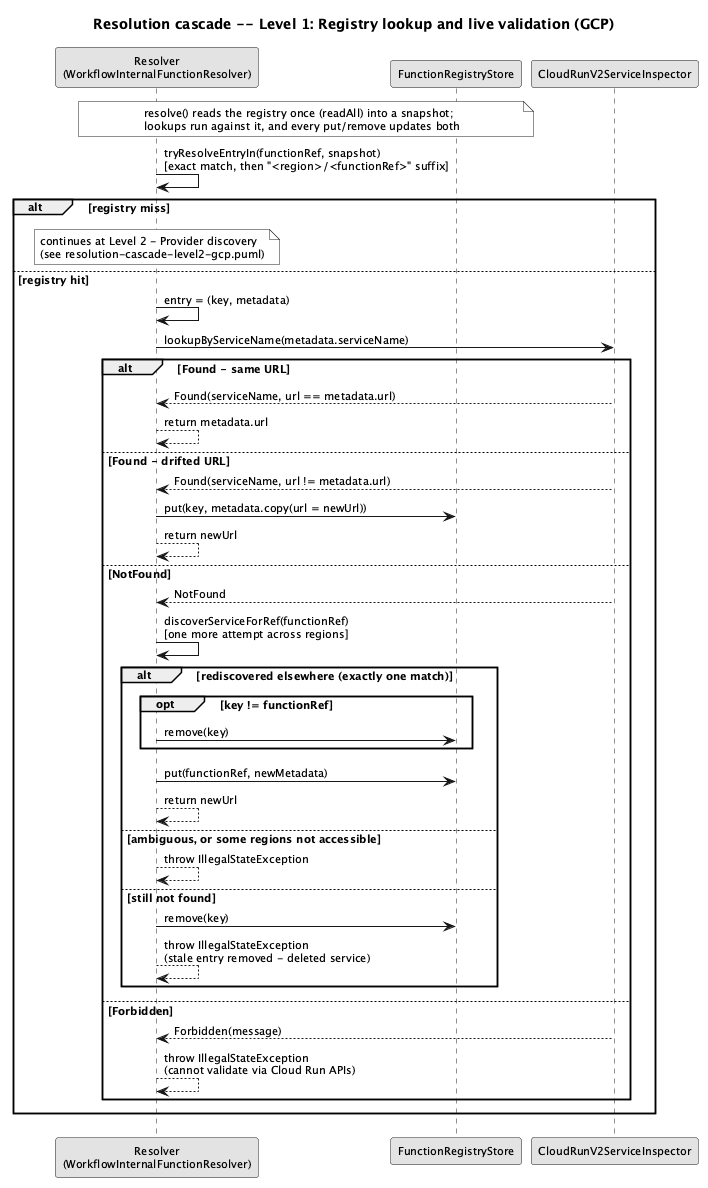
Before: dissertation/images/implementation/resolution-cascade-level1-gcp.png, a diagram exported from PlantUML (EngenheiroPedroCarvalho/ISEL-Thesis-2526).
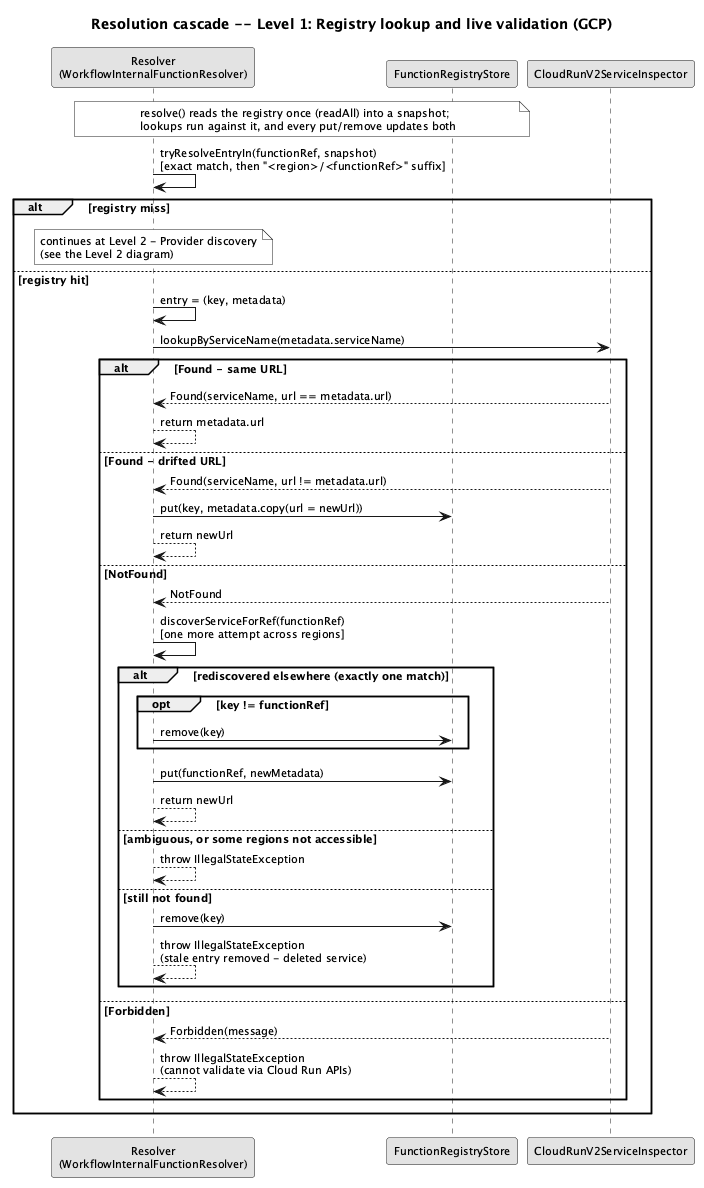
The same diagram one commit later.

Change to the diagram source:
```diff
@@ -16,7 +16,7 @@
 alt registry miss
   note over R
     continues at Level 2 - Provider discovery
-    (see resolution-cascade-level2-gcp.puml)
+    (see the Level 2 diagram)
   end note
 else registry hit
   R -> R : entry = (key, metadata)
```
